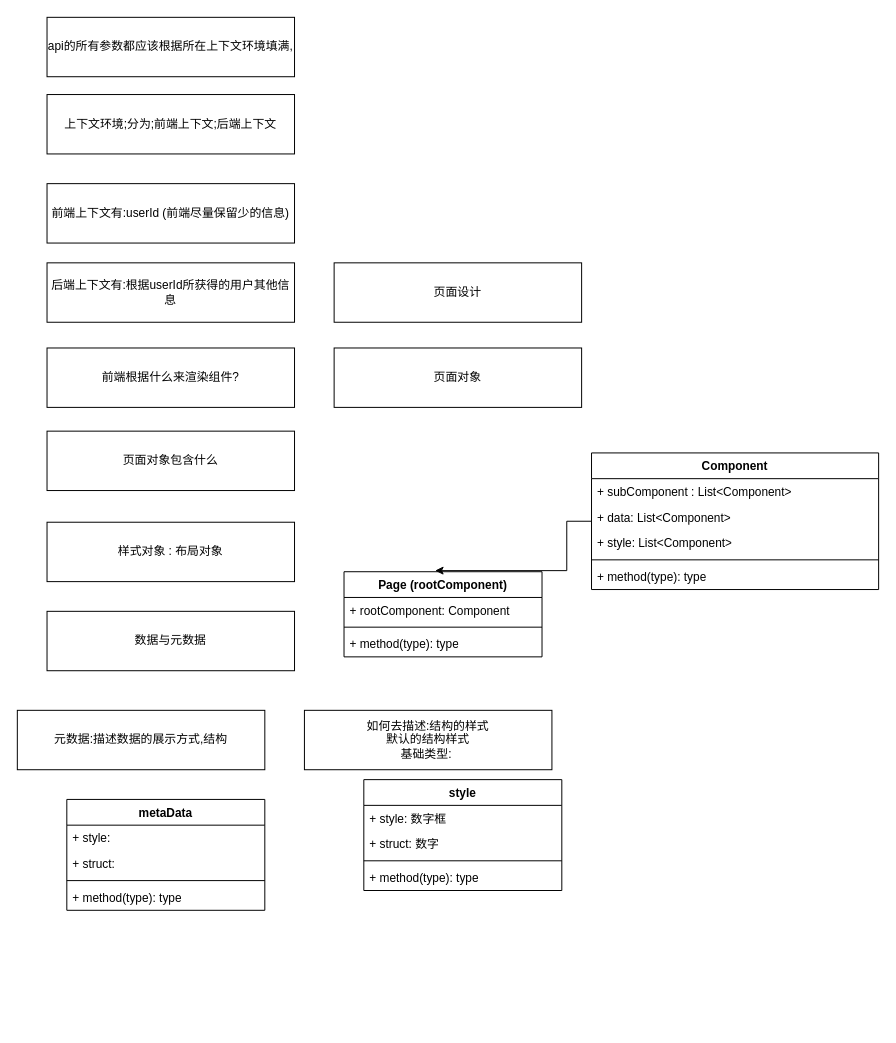
This is page "第 2 页" (2 of 2) of 低代码.drawio from idbanfan/drawio, a draw.io file, before an edit. Source tidied: cells renumbered, new cells numbered last; positions are measured from the earlier drawing's top-left corner, leaving out a move shared by most shapes. Both pictures are drawn from the tidied source at 99%, with x=0, y=0 at pixel (17, 17).
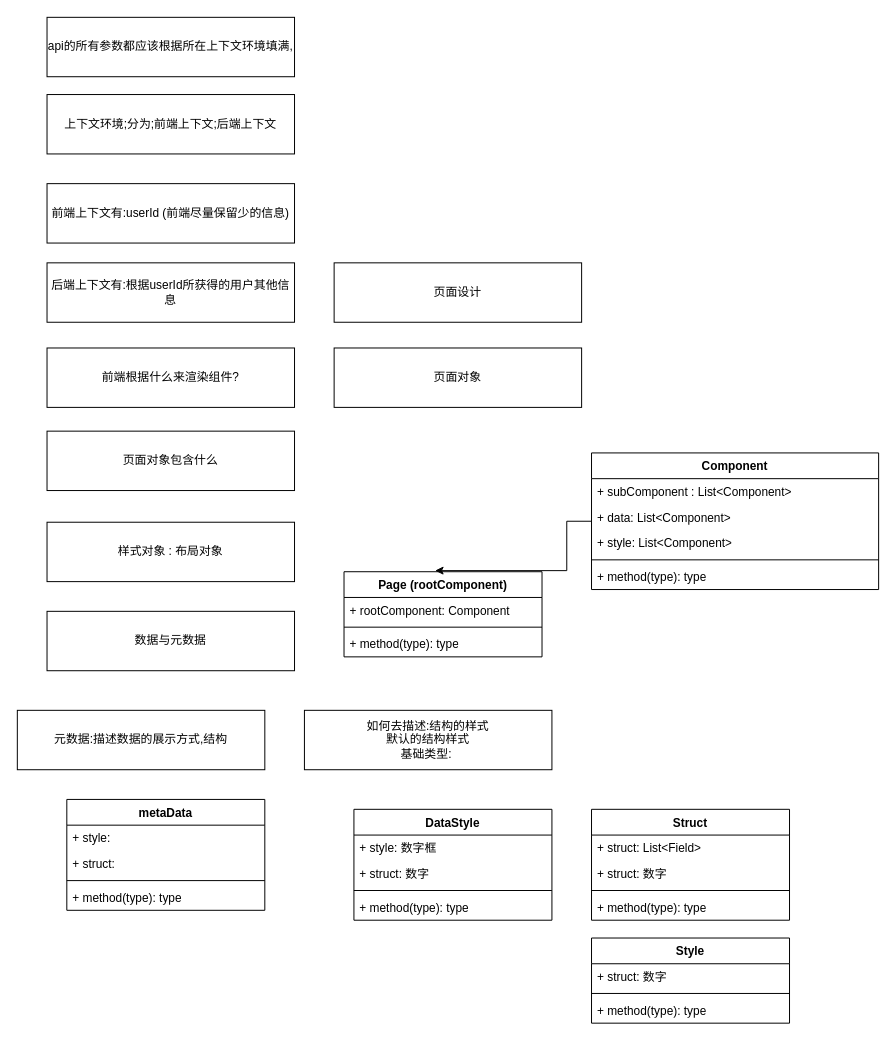
Above is the later version.

Commit message:
更新低代码.drawio

What changed in the source:
```diff
@@
-    <mxCell id="30" value="style" style="swimlane;fontStyle=1;align=center;verticalAlign=top;horizontal=1;startSize=26;whiteSpace=wrap;html=1;" parent="1" vertex="1">
-      <mxGeometry x="350" y="770" width="200" height="112" as="geometry" />
+    <mxCell id="30" value="DataStyle" style="swimlane;fontStyle=1;align=center;verticalAlign=top;horizontal=1;startSize=26;whiteSpace=wrap;html=1;" parent="1" vertex="1">
+      <mxGeometry x="340" y="800" width="200" height="112" as="geometry" />
     </mxCell>
@@
+    <mxCell id="35" value="Struct" style="swimlane;fontStyle=1;align=center;verticalAlign=top;horizontal=1;startSize=26;whiteSpace=wrap;html=1;" parent="1" vertex="1">
+      <mxGeometry x="580" y="800" width="200" height="112" as="geometry" />
+    </mxCell>
+    <mxCell id="36" value="+ struct: List&amp;lt;Field&amp;gt;" style="text;strokeColor=none;fillColor=none;align=left;verticalAlign=top;spacingLeft=4;spacingRight=4;overflow=hidden;whiteSpace=wrap;html=1;" parent="35" vertex="1">
+      <mxGeometry y="26" width="200" height="26" as="geometry" />
+    </mxCell>
+    <mxCell id="37" value="+ struct: 数字" style="text;strokeColor=none;fillColor=none;align=left;verticalAlign=top;spacingLeft=4;spacingRight=4;overflow=hidden;whiteSpace=wrap;html=1;" parent="35" vertex="1">
+      <mxGeometry y="52" width="200" height="26" as="geometry" />
+    </mxCell>
+    <mxCell id="38" style="line;strokeWidth=1;fillColor=none;align=left;verticalAlign=middle;spacingTop=-1;spacingLeft=3;spacingRight=3;labelPosition=right;strokeColor=inherit;" parent="35" vertex="1">
+      <mxGeometry y="78" width="200" height="8" as="geometry" />
+    </mxCell>
+    <mxCell id="39" value="+ method(type): type" style="text;strokeColor=none;fillColor=none;align=left;verticalAlign=top;spacingLeft=4;spacingRight=4;overflow=hidden;whiteSpace=wrap;html=1;" parent="35" vertex="1">
+      <mxGeometry y="86" width="200" height="26" as="geometry" />
+    </mxCell>
+    <mxCell id="40" value="Style" style="swimlane;fontStyle=1;align=center;verticalAlign=top;horizontal=1;startSize=26;whiteSpace=wrap;html=1;" parent="1" vertex="1">
+      <mxGeometry x="580" y="930" width="200" height="86" as="geometry" />
+    </mxCell>
+    <mxCell id="41" value="+ struct: 数字" style="text;strokeColor=none;fillColor=none;align=left;verticalAlign=top;spacingLeft=4;spacingRight=4;overflow=hidden;whiteSpace=wrap;html=1;" parent="40" vertex="1">
+      <mxGeometry y="26" width="200" height="26" as="geometry" />
+    </mxCell>
+    <mxCell id="42" style="line;strokeWidth=1;fillColor=none;align=left;verticalAlign=middle;spacingTop=-1;spacingLeft=3;spacingRight=3;labelPosition=right;strokeColor=inherit;" parent="40" vertex="1">
+      <mxGeometry y="52" width="200" height="8" as="geometry" />
+    </mxCell>
+    <mxCell id="43" value="+ method(type): type" style="text;strokeColor=none;fillColor=none;align=left;verticalAlign=top;spacingLeft=4;spacingRight=4;overflow=hidden;whiteSpace=wrap;html=1;" parent="40" vertex="1">
+      <mxGeometry y="60" width="200" height="26" as="geometry" />
+    </mxCell>
```
